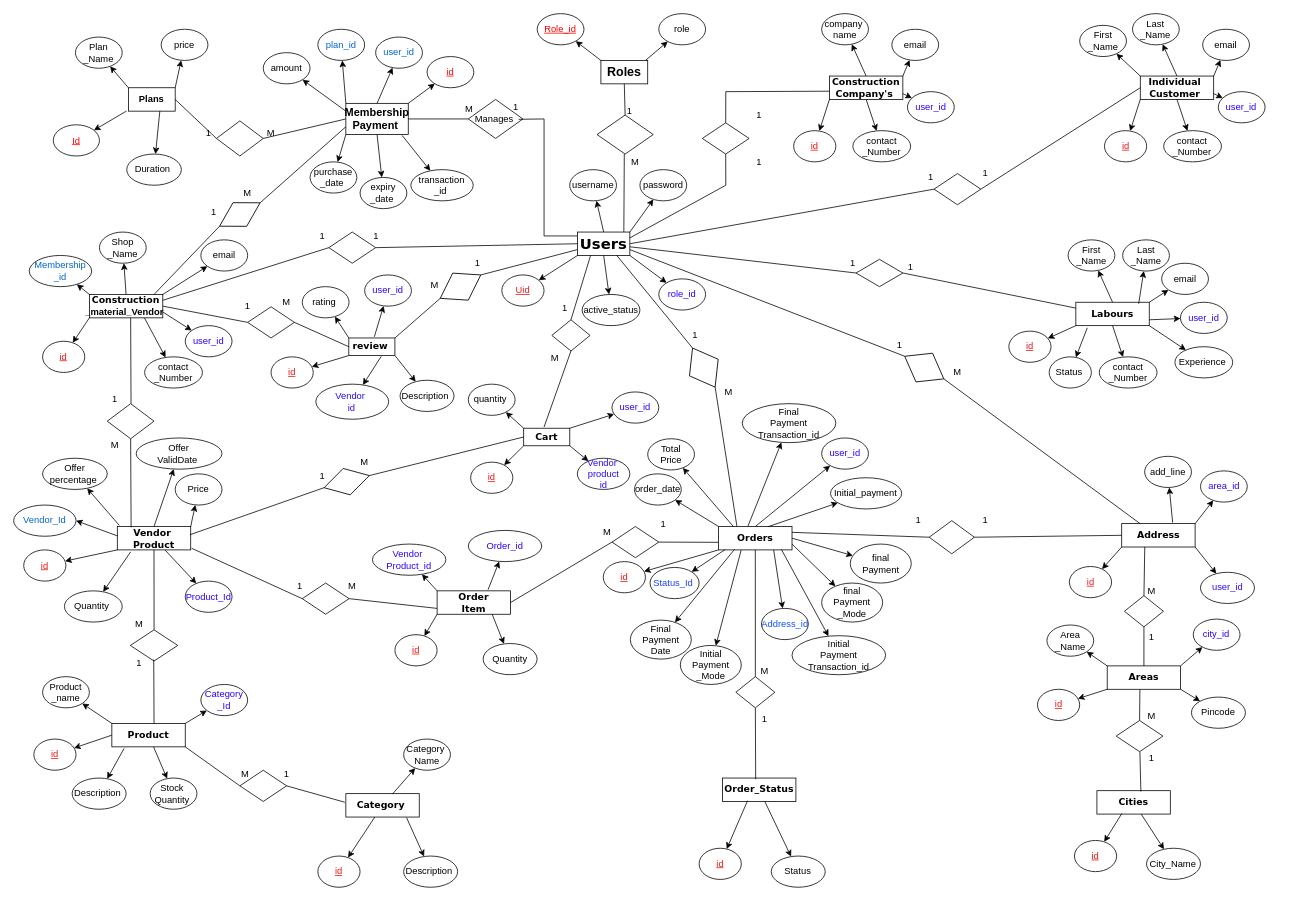
Earlier version of the draw.io diagram Untitled Diagram.drawio (YohanJirage/CDAC_PROJECT). Source tidied: cells renumbered, new cells numbered last; positions are measured from the earlier drawing's top-left corner, leaving out a move shared by most shapes. Both pictures are drawn from the tidied source at 78%, with x=0, y=0 at pixel (13, 13).
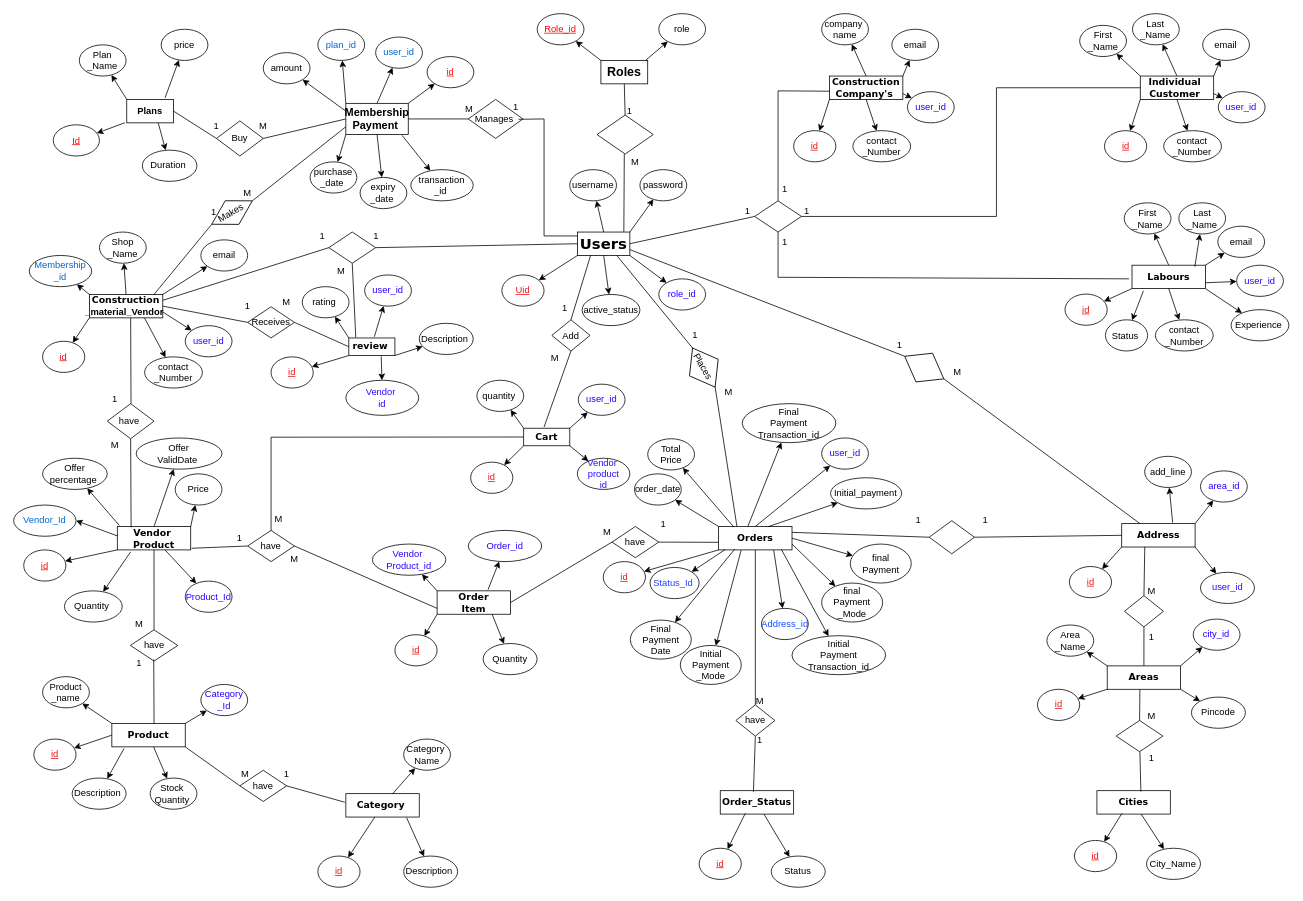
The same diagram, later.

The change refers to these unchanged cells:
```xml
<mxCell id="2" value="Users" style="rounded=0;whiteSpace=wrap;html=1;align=center;fontFamily=Verdana;fontSize=19;fontStyle=1;" parent="1" vertex="1">
  <mxGeometry x="722.9" y="280" width="67.1" height="30" as="geometry" />
</mxCell>
<mxCell id="49" value="price" style="ellipse;whiteSpace=wrap;html=1;" parent="1" vertex="1">
  <mxGeometry x="189.1" y="20" width="60" height="40" as="geometry" />
</mxCell>
<mxCell id="56" value="Construction&lt;br style=&quot;font-size: 12px;&quot;&gt;Company's&amp;nbsp;" style="rounded=0;whiteSpace=wrap;html=1;align=center;fontFamily=Verdana;fontSize=12;fontStyle=1;" parent="1" vertex="1">
  <mxGeometry x="1045.9" y="80" width="94.1" height="30" as="geometry" />
</mxCell>
<mxCell id="95" value="Individual&amp;nbsp;&lt;br&gt;Customer&amp;nbsp;" style="rounded=0;whiteSpace=wrap;html=1;align=center;fontFamily=Verdana;fontSize=12;fontStyle=1;" parent="1" vertex="1">
  <mxGeometry x="1444.4" y="80" width="94.1" height="30" as="geometry" />
</mxCell>
<mxCell id="129" value="Vendor&amp;nbsp;&lt;br&gt;Product" style="rounded=0;whiteSpace=wrap;html=1;align=center;fontFamily=Verdana;fontSize=12;fontStyle=1;" parent="1" vertex="1">
  <mxGeometry x="132.9" y="657.5" width="94.1" height="30" as="geometry" />
</mxCell>
<mxCell id="183" value="Orders" style="rounded=0;whiteSpace=wrap;html=1;align=center;fontFamily=Verdana;fontSize=12;fontStyle=1;" parent="1" vertex="1">
  <mxGeometry x="903.8" y="657.5" width="94.1" height="30" as="geometry" />
</mxCell>
<mxCell id="253" value="Cart" style="rounded=0;whiteSpace=wrap;html=1;align=center;fontFamily=Verdana;fontSize=12;fontStyle=1;" parent="1" vertex="1">
  <mxGeometry x="653.9" y="531.5" width="59.1" height="22.5" as="geometry" />
</mxCell>
<mxCell id="265" value="review&amp;nbsp;" style="rounded=0;whiteSpace=wrap;html=1;align=center;fontFamily=Verdana;fontSize=12;fontStyle=1;" parent="1" vertex="1">
  <mxGeometry x="429.7" y="415.8" width="59.1" height="22.5" as="geometry" />
</mxCell>
<mxCell id="313" style="rhombus;whiteSpace=wrap;html=1;" parent="1" vertex="1">
  <mxGeometry x="404.1" y="280" width="60" height="40" as="geometry" />
</mxCell>
```

Diff of the diagram source:
```diff
@@
     <mxCell id="42" value="Plans" style="rounded=0;whiteSpace=wrap;html=1;fontStyle=1;" parent="1" vertex="1">
-      <mxGeometry x="147.1" y="95" width="60" height="30" as="geometry" />
+      <mxGeometry x="145" y="110" width="60" height="30" as="geometry" />
     </mxCell>
-    <mxCell id="43" style="rhombus;whiteSpace=wrap;html=1;" parent="1" vertex="1">
+    <mxCell id="43" value="Buy" style="rhombus;whiteSpace=wrap;html=1;" parent="1" vertex="1">
       <mxGeometry x="260" y="137.5" width="60" height="45" as="geometry" />
     </mxCell>
@@
     <mxCell id="46" value="M" style="text;strokeColor=none;align=center;fillColor=none;html=1;verticalAlign=middle;whiteSpace=wrap;rounded=0;" parent="1" vertex="1">
-      <mxGeometry x="300" y="137.5" width="60" height="30" as="geometry" />
+      <mxGeometry x="290" y="130" width="60" height="30" as="geometry" />
     </mxCell>
     <mxCell id="47" value="1" style="text;strokeColor=none;align=center;fillColor=none;html=1;verticalAlign=middle;whiteSpace=wrap;rounded=0;" parent="1" vertex="1">
-      <mxGeometry x="220" y="137.5" width="60" height="30" as="geometry" />
+      <mxGeometry x="230" y="130" width="60" height="30" as="geometry" />
     </mxCell>
-    <mxCell id="48" style="endArrow=classic;html=1;rounded=0;exitX=1;exitY=0;exitDx=0;exitDy=0;" parent="1" edge="1" source="42" target="49">
+    <mxCell id="48" style="endArrow=classic;html=1;rounded=0;exitX=0.818;exitY=-0.067;exitDx=0;exitDy=0;exitPerimeter=0;" parent="1" edge="1" source="42" target="49">
       <mxGeometry relative="1" as="geometry" />
     </mxCell>
@@
     <mxCell id="51" value="Plan&lt;br&gt;_Name" style="ellipse;whiteSpace=wrap;html=1;" parent="1" vertex="1">
-      <mxGeometry x="79.2" y="30" width="60" height="40" as="geometry" />
+      <mxGeometry x="84.2" y="40" width="60" height="40" as="geometry" />
     </mxCell>
@@
     <mxCell id="54" value="Duration&amp;nbsp;" style="ellipse;whiteSpace=wrap;html=1;" parent="1" vertex="1">
-      <mxGeometry x="145" y="180" width="70" height="40" as="geometry" />
+      <mxGeometry x="165" y="175" width="70" height="40" as="geometry" />
     </mxCell>
@@
     <mxCell id="67" value="Labours" style="rounded=0;whiteSpace=wrap;html=1;align=center;fontFamily=Verdana;fontSize=12;fontStyle=1;" parent="1" vertex="1">
-      <mxGeometry x="1361.8" y="370" width="94.1" height="30" as="geometry" />
+      <mxGeometry x="1433.8" y="322.5" width="94.1" height="30" as="geometry" />
     </mxCell>
@@
     <mxCell id="71" value="email" style="ellipse;whiteSpace=wrap;html=1;spacing=1;" parent="1" vertex="1">
-      <mxGeometry x="1471.8" y="320" width="60" height="40" as="geometry" />
+      <mxGeometry x="1543.8" y="272.5" width="60" height="40" as="geometry" />
     </mxCell>
     <mxCell id="72" value="user_id" style="ellipse;whiteSpace=wrap;html=1;fontColor=#2b00ff;" parent="1" vertex="1">
-      <mxGeometry x="1495.9" y="370" width="60" height="40" as="geometry" />
+      <mxGeometry x="1567.9" y="322.5" width="60" height="40" as="geometry" />
     </mxCell>
@@
     <mxCell id="74" value="First&lt;br&gt;_Name" style="ellipse;whiteSpace=wrap;html=1;" parent="1" vertex="1">
-      <mxGeometry x="1351.8" y="290" width="60" height="40" as="geometry" />
+      <mxGeometry x="1423.8" y="242.5" width="60" height="40" as="geometry" />
     </mxCell>
@@
     <mxCell id="76" value="contact&lt;br&gt;_Number" style="ellipse;whiteSpace=wrap;html=1;" parent="1" vertex="1">
-      <mxGeometry x="1391.8" y="440" width="74.1" height="40" as="geometry" />
+      <mxGeometry x="1463.8" y="392.5" width="74.1" height="40" as="geometry" />
     </mxCell>
     <mxCell id="77" value="id" style="ellipse;whiteSpace=wrap;html=1;fontStyle=4;fontColor=#e91616;" parent="1" vertex="1">
-      <mxGeometry x="1275.9" y="407" width="54.1" height="40" as="geometry" />
+      <mxGeometry x="1347.9" y="359.5" width="54.1" height="40" as="geometry" />
     </mxCell>
@@
     <mxCell id="79" value="Last&lt;br&gt;_Name" style="ellipse;whiteSpace=wrap;html=1;" parent="1" vertex="1">
-      <mxGeometry x="1421.8" y="290" width="60" height="40" as="geometry" />
+      <mxGeometry x="1493.8" y="242.5" width="60" height="40" as="geometry" />
     </mxCell>
@@
     <mxCell id="81" value="Experience&amp;nbsp;" style="ellipse;whiteSpace=wrap;html=1;" parent="1" vertex="1">
-      <mxGeometry x="1488.8" y="427" width="74.1" height="40" as="geometry" />
+      <mxGeometry x="1560.8" y="379.5" width="74.1" height="40" as="geometry" />
     </mxCell>
@@
     <mxCell id="83" value="Status&amp;nbsp;" style="ellipse;whiteSpace=wrap;html=1;fontStyle=0;fontColor=#000000;" parent="1" vertex="1">
-      <mxGeometry x="1327.6" y="440" width="54.1" height="40" as="geometry" />
+      <mxGeometry x="1399.7" y="392.5" width="54.1" height="40" as="geometry" />
     </mxCell>
-    <mxCell id="84" style="rhombus;whiteSpace=wrap;html=1;" parent="1" vertex="1">
-      <mxGeometry x="1080" y="315" width="60" height="35" as="geometry" />
-    </mxCell>
-    <mxCell id="85" style="endArrow=none;html=1;rounded=0;entryX=0;entryY=0.5;entryDx=0;entryDy=0;" parent="1" edge="1" source="2" target="84">
-      <mxGeometry relative="1" as="geometry" />
-    </mxCell>
-    <mxCell id="86" style="rhombus;whiteSpace=wrap;html=1;" parent="1" vertex="1">
-      <mxGeometry x="882.9" y="140" width="60" height="40" as="geometry" />
-    </mxCell>
-    <mxCell id="87" style="endArrow=none;html=1;rounded=0;exitX=1;exitY=0.25;exitDx=0;exitDy=0;entryX=0.5;entryY=1;entryDx=0;entryDy=0;" parent="1" edge="1" source="2" target="86">
-      <mxGeometry relative="1" as="geometry">
-        <Array as="points">
-          <mxPoint x="913" y="220" />
-        </Array>
-      </mxGeometry>
-    </mxCell>
-    <mxCell id="88" style="endArrow=none;html=1;rounded=0;entryX=0.002;entryY=0.648;entryDx=0;entryDy=0;exitX=0.5;exitY=0;exitDx=0;exitDy=0;entryPerimeter=0;" parent="1" edge="1" source="86" target="56">
+    <mxCell id="88" style="endArrow=none;html=1;rounded=0;entryX=0.002;entryY=0.648;entryDx=0;entryDy=0;exitX=0.5;exitY=0;exitDx=0;exitDy=0;entryPerimeter=0;" parent="1" edge="1" source="108" target="56">
       <mxGeometry relative="1" as="geometry">
         <Array as="points">
-          <mxPoint x="913" y="100" />
+          <mxPoint x="980" y="99" />
         </Array>
       </mxGeometry>
     </mxCell>
     <mxCell id="89" value="1" style="text;strokeColor=none;align=center;fillColor=none;html=1;verticalAlign=middle;whiteSpace=wrap;rounded=0;" parent="1" vertex="1">
-      <mxGeometry x="925.9" y="115" width="60" height="30" as="geometry" />
+      <mxGeometry x="958.8" y="210" width="60" height="30" as="geometry" />
     </mxCell>
     <mxCell id="90" value="1" style="text;strokeColor=none;align=center;fillColor=none;html=1;verticalAlign=middle;whiteSpace=wrap;rounded=0;" parent="1" vertex="1">
-      <mxGeometry x="925.9" y="175" width="60" height="30" as="geometry" />
+      <mxGeometry x="911.3" y="237.5" width="60" height="30" as="geometry" />
     </mxCell>
-    <mxCell id="91" value="1" style="text;strokeColor=none;align=center;fillColor=none;html=1;verticalAlign=middle;whiteSpace=wrap;rounded=0;" parent="1" vertex="1">
-      <mxGeometry x="1120" y="310" width="60" height="30" as="geometry" />
-    </mxCell>
-    <mxCell id="92" value="1" style="text;strokeColor=none;align=center;fillColor=none;html=1;verticalAlign=middle;whiteSpace=wrap;rounded=0;" parent="1" vertex="1">
-      <mxGeometry x="1045.9" y="305" width="60" height="30" as="geometry" />
-    </mxCell>
-    <mxCell id="93" style="endArrow=none;html=1;rounded=0;exitX=1;exitY=0.5;exitDx=0;exitDy=0;entryX=0;entryY=0.25;entryDx=0;entryDy=0;" parent="1" edge="1" source="84" target="67">
-      <mxGeometry relative="1" as="geometry" />
+    <mxCell id="93" style="endArrow=none;html=1;rounded=0;exitX=0.5;exitY=1;exitDx=0;exitDy=0;" parent="1" edge="1" source="108">
+      <mxGeometry relative="1" as="geometry">
+        <mxPoint x="1430" y="340" as="targetPoint" />
+        <Array as="points">
+          <mxPoint x="980" y="338" />
+        </Array>
+      </mxGeometry>
     </mxCell>
@@
     <mxCell id="108" style="rhombus;whiteSpace=wrap;html=1;" parent="1" vertex="1">
-      <mxGeometry x="1180" y="205" width="60" height="40" as="geometry" />
+      <mxGeometry x="950" y="240" width="60" height="40" as="geometry" />
     </mxCell>
@@
     <mxCell id="110" style="endArrow=none;html=1;rounded=0;exitX=1;exitY=0.5;exitDx=0;exitDy=0;entryX=0;entryY=0.5;entryDx=0;entryDy=0;" parent="1" edge="1" source="108" target="95">
-      <mxGeometry relative="1" as="geometry" />
+      <mxGeometry relative="1" as="geometry">
+        <Array as="points">
+          <mxPoint x="1260" y="260" />
+          <mxPoint x="1260" y="95" />
+        </Array>
+      </mxGeometry>
     </mxCell>
     <mxCell id="111" value="1" style="text;strokeColor=none;align=center;fillColor=none;html=1;verticalAlign=middle;whiteSpace=wrap;rounded=0;" parent="1" vertex="1">
-      <mxGeometry x="1215.9" y="190" width="60" height="30" as="geometry" />
+      <mxGeometry x="958.8" y="277.5" width="60" height="30" as="geometry" />
     </mxCell>
     <mxCell id="112" value="1" style="text;strokeColor=none;align=center;fillColor=none;html=1;verticalAlign=middle;whiteSpace=wrap;rounded=0;" parent="1" vertex="1">
-      <mxGeometry x="1145.9" y="195" width="60" height="30" as="geometry" />
+      <mxGeometry x="987.4" y="237.5" width="60" height="30" as="geometry" />
     </mxCell>
@@
-    <mxCell id="126" style="rhombus;whiteSpace=wrap;html=1;rotation=-30;" parent="1" vertex="1">
-      <mxGeometry x="260" y="240" width="60" height="35" as="geometry" />
+    <mxCell id="126" value="Makes&amp;nbsp;" style="rhombus;whiteSpace=wrap;html=1;rotation=-30;" parent="1" vertex="1">
+      <mxGeometry x="250" y="237.5" width="60" height="35" as="geometry" />
     </mxCell>
@@
-    <mxCell id="145" style="rhombus;whiteSpace=wrap;html=1;" parent="1" vertex="1">
+    <mxCell id="145" value="have&amp;nbsp;" style="rhombus;whiteSpace=wrap;html=1;" parent="1" vertex="1">
       <mxGeometry x="120" y="500" width="60" height="45" as="geometry" />
     </mxCell>
@@
-    <mxCell id="158" style="rhombus;whiteSpace=wrap;html=1;" parent="1" vertex="1">
+    <mxCell id="158" value="have" style="rhombus;whiteSpace=wrap;html=1;" parent="1" vertex="1">
       <mxGeometry x="149.6" y="790" width="60.8" height="40" as="geometry" />
     </mxCell>
@@
-    <mxCell id="162" style="rhombus;whiteSpace=wrap;html=1;" parent="1" vertex="1">
+    <mxCell id="162" value="have" style="rhombus;whiteSpace=wrap;html=1;" parent="1" vertex="1">
       <mxGeometry x="290" y="970" width="60" height="40" as="geometry" />
     </mxCell>
@@
-    <mxCell id="180" style="rhombus;whiteSpace=wrap;html=1;" parent="1" vertex="1">
-      <mxGeometry x="370" y="730" width="60" height="40" as="geometry" />
+    <mxCell id="180" value="have" style="rhombus;whiteSpace=wrap;html=1;" parent="1" vertex="1">
+      <mxGeometry x="300" y="662.5" width="60" height="40" as="geometry" />
     </mxCell>
@@
-    <mxCell id="210" style="rhombus;whiteSpace=wrap;html=1;" parent="1" vertex="1">
+    <mxCell id="210" value="have" style="rhombus;whiteSpace=wrap;html=1;" parent="1" vertex="1">
       <mxGeometry x="767.1" y="657.5" width="60" height="40" as="geometry" />
     </mxCell>
@@
     <mxCell id="213" value="Order_Status" style="rounded=0;whiteSpace=wrap;html=1;align=center;fontFamily=Verdana;fontSize=12;fontStyle=1;" parent="1" vertex="1">
-      <mxGeometry x="908.8" y="980" width="94.1" height="30" as="geometry" />
+      <mxGeometry x="905.9" y="996.2" width="94.1" height="30" as="geometry" />
     </mxCell>
@@
-    <mxCell id="218" style="endArrow=none;html=1;rounded=0;entryX=0.5;entryY=1;entryDx=0;entryDy=0;" parent="1" edge="1" target="183">
-      <mxGeometry relative="1" as="geometry">
-        <mxPoint x="950.9" y="850" as="sourcePoint" />
-      </mxGeometry>
+    <mxCell id="218" style="endArrow=none;html=1;rounded=0;entryX=0.5;entryY=1;entryDx=0;entryDy=0;exitX=0.5;exitY=0;exitDx=0;exitDy=0;" parent="1" edge="1" source="219" target="183">
+      <mxGeometry relative="1" as="geometry" />
     </mxCell>
-    <mxCell id="219" style="rhombus;whiteSpace=wrap;html=1;" parent="1" vertex="1">
-      <mxGeometry x="925.9" y="850" width="50" height="40" as="geometry" />
+    <mxCell id="219" value="have" style="rhombus;whiteSpace=wrap;html=1;" parent="1" vertex="1">
+      <mxGeometry x="925.9" y="886.2" width="50" height="40" as="geometry" />
     </mxCell>
@@
     <mxCell id="256" value="quantity&amp;nbsp;" style="ellipse;whiteSpace=wrap;html=1;" parent="1" vertex="1">
-      <mxGeometry x="582.9" y="475" width="60" height="40" as="geometry" />
+      <mxGeometry x="593.9" y="470" width="60" height="40" as="geometry" />
     </mxCell>
@@
     <mxCell id="261" value="user_id" style="ellipse;whiteSpace=wrap;html=1;fontColor=#2b00ff;" parent="1" vertex="1">
-      <mxGeometry x="767.1" y="485" width="60" height="40" as="geometry" />
+      <mxGeometry x="723.9" y="475" width="60" height="40" as="geometry" />
     </mxCell>
-    <mxCell id="262" style="rhombus;whiteSpace=wrap;html=1;rotation=0;" parent="1" vertex="1">
+    <mxCell id="262" value="Add" style="rhombus;whiteSpace=wrap;html=1;rotation=0;" parent="1" vertex="1">
       <mxGeometry x="690" y="392.5" width="49" height="40" as="geometry" />
     </mxCell>
@@
     <mxCell id="271" value="Vendor&amp;nbsp;&lt;br&gt;id" style="ellipse;whiteSpace=wrap;html=1;fontStyle=0;fontColor=#290dfd;" parent="1" vertex="1">
-      <mxGeometry x="387.4" y="475" width="93.4" height="45" as="geometry" />
+      <mxGeometry x="425.9" y="470" width="93.4" height="45" as="geometry" />
     </mxCell>
@@
-    <mxCell id="274" style="endArrow=none;html=1;rounded=0;entryX=0;entryY=0.5;entryDx=0;entryDy=0;exitX=1;exitY=0;exitDx=0;exitDy=0;" parent="1" edge="1" source="265" target="275">
+    <mxCell id="274" style="endArrow=none;html=1;rounded=0;entryX=0.5;entryY=1;entryDx=0;entryDy=0;exitX=0.151;exitY=-0.026;exitDx=0;exitDy=0;exitPerimeter=0;" parent="1" edge="1" source="265" target="313">
       <mxGeometry relative="1" as="geometry" />
     </mxCell>
-    <mxCell id="275" style="rhombus;whiteSpace=wrap;html=1;rotation=-30;" parent="1" vertex="1">
-      <mxGeometry x="542.9" y="330" width="60" height="40" as="geometry" />
-    </mxCell>
-    <mxCell id="276" style="endArrow=none;html=1;rounded=0;entryX=0;entryY=0.75;entryDx=0;entryDy=0;exitX=1;exitY=0.5;exitDx=0;exitDy=0;" parent="1" edge="1" source="275" target="2">
-      <mxGeometry relative="1" as="geometry" />
-    </mxCell>
-    <mxCell id="277" style="rhombus;whiteSpace=wrap;html=1;rotation=0;" parent="1" vertex="1">
+    <mxCell id="277" value="Receives" style="rhombus;whiteSpace=wrap;html=1;rotation=0;" parent="1" vertex="1">
       <mxGeometry x="300" y="375.8" width="60" height="40" as="geometry" />
     </mxCell>
@@
     <mxCell id="281" value="Description&amp;nbsp;" style="ellipse;whiteSpace=wrap;html=1;fontStyle=0;fontColor=#000000;" parent="1" vertex="1">
-      <mxGeometry x="495.4" y="470" width="69.2" height="40" as="geometry" />
+      <mxGeometry x="520" y="397" width="69.2" height="40" as="geometry" />
     </mxCell>
-    <mxCell id="282" style="rhombus;whiteSpace=wrap;html=1;rotation=-15;" parent="1" vertex="1">
-      <mxGeometry x="397" y="582.5" width="60" height="35" as="geometry" />
-    </mxCell>
-    <mxCell id="283" style="endArrow=none;html=1;rounded=0;exitX=0.989;exitY=0.352;exitDx=0;exitDy=0;exitPerimeter=0;entryX=0;entryY=0.5;entryDx=0;entryDy=0;" parent="1" edge="1" source="129" target="282">
-      <mxGeometry relative="1" as="geometry" />
-    </mxCell>
-    <mxCell id="284" style="endArrow=none;html=1;rounded=0;entryX=0;entryY=0.5;entryDx=0;entryDy=0;exitX=1;exitY=0.5;exitDx=0;exitDy=0;" parent="1" edge="1" source="282" target="253">
-      <mxGeometry relative="1" as="geometry" />
+    <mxCell id="284" style="endArrow=none;html=1;rounded=0;entryX=0;entryY=0.5;entryDx=0;entryDy=0;exitX=0.5;exitY=0;exitDx=0;exitDy=0;" parent="1" edge="1" source="180" target="253">
+      <mxGeometry relative="1" as="geometry">
+        <Array as="points">
+          <mxPoint x="330" y="543" />
+        </Array>
+      </mxGeometry>
     </mxCell>
-    <mxCell id="285" value="M" style="text;strokeColor=none;align=center;fillColor=none;html=1;verticalAlign=middle;whiteSpace=wrap;rounded=0;" parent="1" vertex="1">
-      <mxGeometry x="420" y="560" width="60" height="30" as="geometry" />
-    </mxCell>
-    <mxCell id="286" value="1" style="text;strokeColor=none;align=center;fillColor=none;html=1;verticalAlign=middle;whiteSpace=wrap;rounded=0;" parent="1" vertex="1">
-      <mxGeometry x="365.9" y="577.5" width="60" height="30" as="geometry" />
-    </mxCell>
@@
-    <mxCell id="289" value="1" style="text;strokeColor=none;align=center;fillColor=none;html=1;verticalAlign=middle;whiteSpace=wrap;rounded=0;" parent="1" vertex="1">
-      <mxGeometry x="564.6" y="305" width="60" height="30" as="geometry" />
-    </mxCell>
     <mxCell id="290" value="M" style="text;strokeColor=none;align=center;fillColor=none;html=1;verticalAlign=middle;whiteSpace=wrap;rounded=0;" parent="1" vertex="1">
-      <mxGeometry x="510" y="332.5" width="60" height="30" as="geometry" />
+      <mxGeometry x="390" y="315" width="60" height="30" as="geometry" />
     </mxCell>
@@
     <mxCell id="301" value="1" style="text;strokeColor=none;align=center;fillColor=none;html=1;verticalAlign=middle;whiteSpace=wrap;rounded=0;" parent="1" vertex="1">
-      <mxGeometry x="337" y="718.8" width="60" height="30" as="geometry" />
+      <mxGeometry x="260" y="657.5" width="60" height="30" as="geometry" />
     </mxCell>
     <mxCell id="302" value="M" style="text;strokeColor=none;align=center;fillColor=none;html=1;verticalAlign=middle;whiteSpace=wrap;rounded=0;" parent="1" vertex="1">
-      <mxGeometry x="404.1" y="718.8" width="60" height="30" as="geometry" />
+      <mxGeometry x="330" y="685" width="60" height="30" as="geometry" />
     </mxCell>
@@
     <mxCell id="305" value="M" style="text;strokeColor=none;align=center;fillColor=none;html=1;verticalAlign=middle;whiteSpace=wrap;rounded=0;" parent="1" vertex="1">
-      <mxGeometry x="932.9" y="827.5" width="60" height="30" as="geometry" />
+      <mxGeometry x="927.4" y="866.2" width="60" height="30" as="geometry" />
     </mxCell>
     <mxCell id="306" value="1" style="text;strokeColor=none;align=center;fillColor=none;html=1;verticalAlign=middle;whiteSpace=wrap;rounded=0;" parent="1" vertex="1">
-      <mxGeometry x="932.9" y="890" width="60" height="30" as="geometry" />
+      <mxGeometry x="927.4" y="916.2" width="60" height="30" as="geometry" />
     </mxCell>
@@
-    <mxCell id="319" style="rhombus;whiteSpace=wrap;html=1;rotation=60;" parent="1" vertex="1">
+    <mxCell id="319" value="Places&amp;nbsp;" style="rhombus;whiteSpace=wrap;html=1;rotation=60;" parent="1" vertex="1">
       <mxGeometry x="855.9" y="432.5" width="57.9" height="42.5" as="geometry" />
     </mxCell>
@@
+    <mxCell id="285" value="M" style="text;strokeColor=none;align=center;fillColor=none;html=1;verticalAlign=middle;whiteSpace=wrap;rounded=0;" parent="1" vertex="1">
+      <mxGeometry x="310" y="632.5" width="60" height="30" as="geometry" />
+    </mxCell>
```
